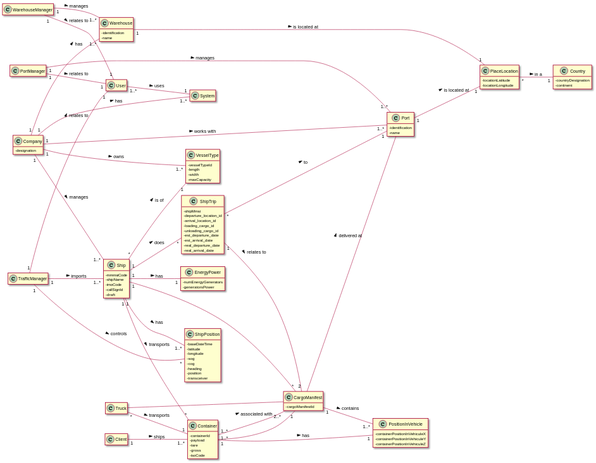
Before: docs/DM.svg, a diagram exported from PlantUML (ana-albergaria/LAPR3-ISEP).
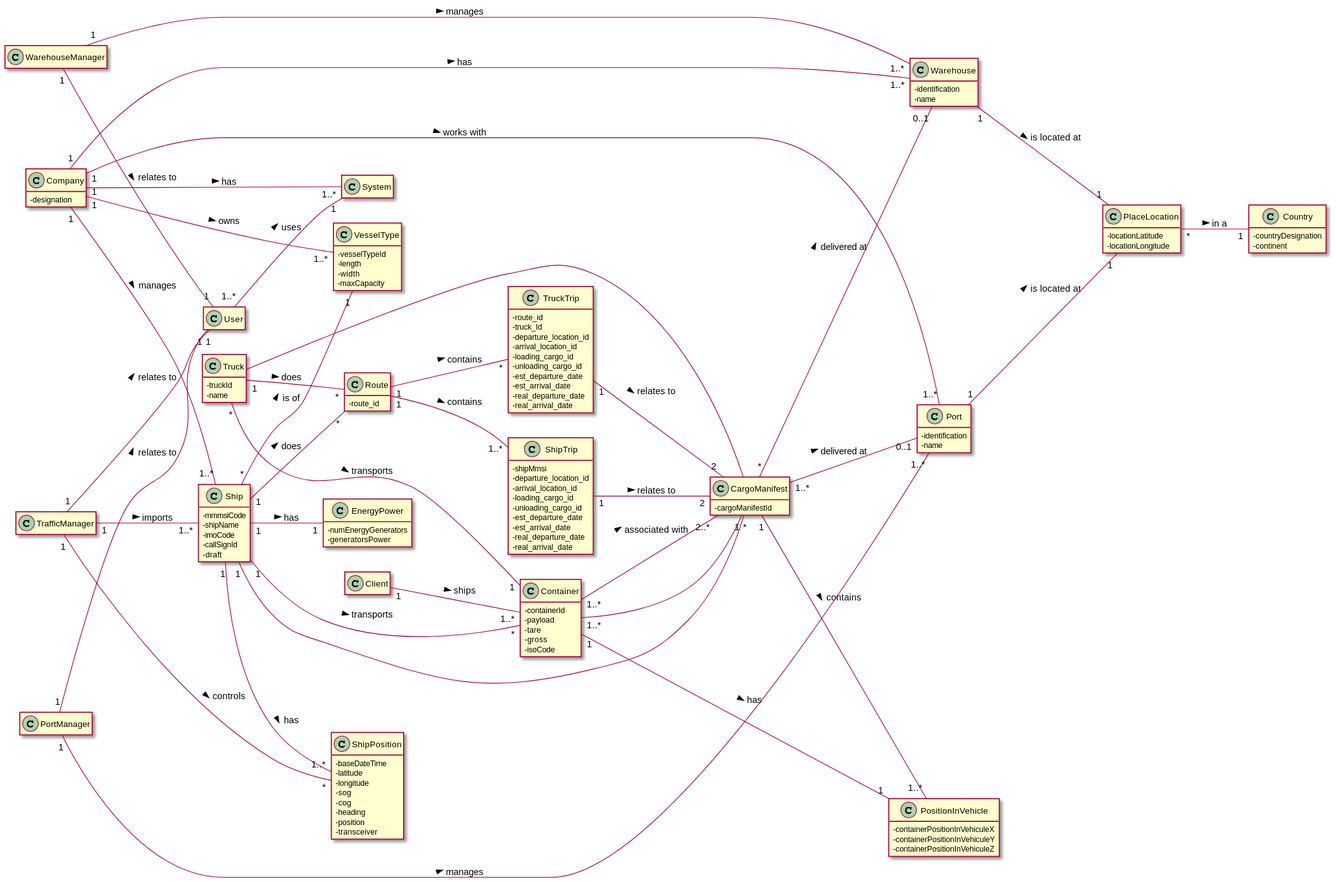
After the commit.

What changed in the source:
```diff
@@ -94,7 +94,27 @@
     -generatorsPower
 }
 
-class Truck {}
+class Truck {
+    -truckId
+    -name
+}
+
+class Route {
+    -route_id
+}
+
+class TruckTrip{
+    -route_id
+    -truck_Id
+    -departure_location_id
+    -arrival_location_id
+    -loading_cargo_id
+    -unloading_cargo_id
+    -est_departure_date
+    -est_arrival_date
+    -real_departure_date
+    -real_arrival_date
+}
 
 class System {}
 
@@ -145,10 +165,15 @@
 Ship "1" -- "1" EnergyPower : has >
 
 Container "1..*"-- "2..*" CargoManifest : associated with >
-CargoManifest -- Port : delivered at >
-Ship "1" -- "*" ShipTrip : does >
-ShipTrip "*" -- "1" Port : to >
 ShipTrip "1" -- "2" CargoManifest : relates to >
+
+CargoManifest "1..*" -- "0..1" Port : delivered at >
+CargoManifest "*" -- "0..1" Warehouse : delivered at >
+Ship "1" -- "*" Route : does >
+Route "1" -- "1..*" ShipTrip : contains >
+Truck "1" -- "*" Route : does >
+Route "1" -- "*" TruckTrip : contains >
+TruckTrip "1" -- "2" CargoManifest : relates to >
 
 
 
```
